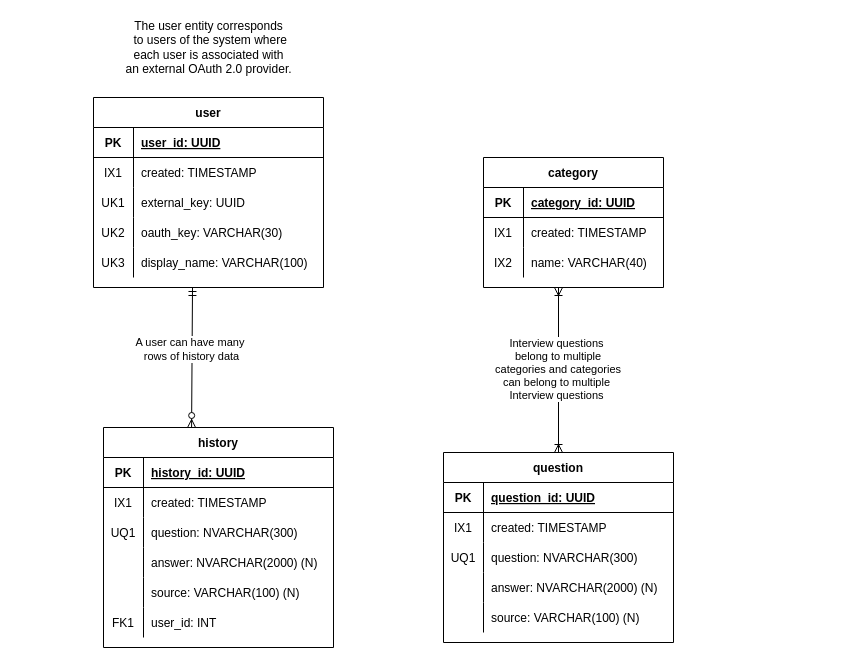
This is docs/work/erd-Interview-prep.drawio from interview-prep-platform/interview-prep-platform.github.io, a draw.io file, before an edit. Source tidied: cells renumbered, new cells numbered last; positions are measured from the earlier drawing's top-left corner, leaving out a move shared by most shapes. Both pictures are drawn from the tidied source at 100%, with x=0, y=0 at pixel (93, 17).
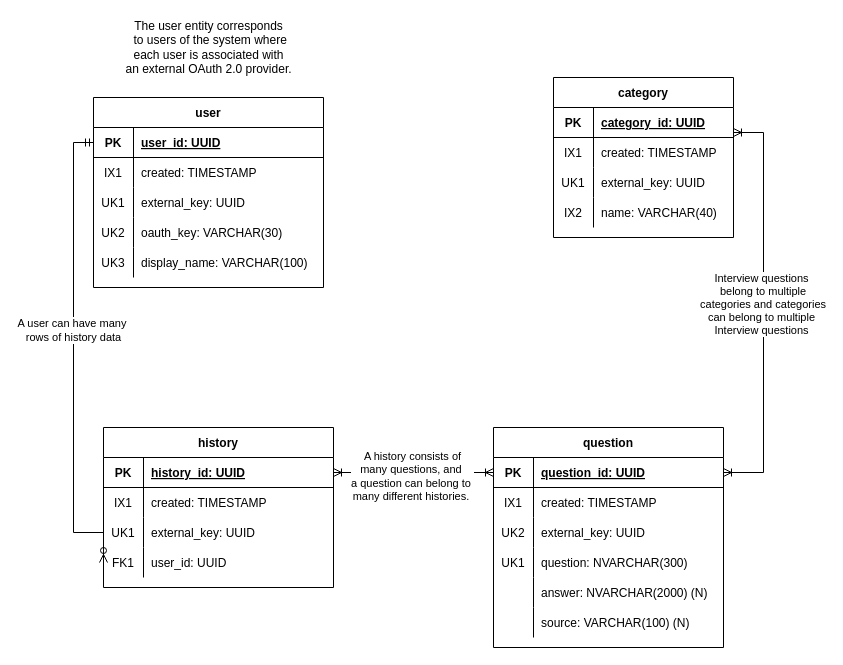
The same diagram, later.

Unchanged cells that the change refers to:
```xml
<mxCell id="3" style="shape=partialRectangle;fillColor=none;top=0;left=0;bottom=1;right=0;points=[[0,0.5],[1,0.5]];portConstraint=eastwest;" parent="2" vertex="1">
  <mxGeometry y="30" width="230" height="30" as="geometry" />
</mxCell>
<mxCell id="19" style="shape=partialRectangle;fillColor=none;top=0;left=0;bottom=1;right=0;points=[[0,0.5],[1,0.5]];portConstraint=eastwest;" parent="18" vertex="1">
  <mxGeometry y="30" width="230" height="30" as="geometry" />
</mxCell>
<mxCell id="49" style="shape=partialRectangle;fillColor=none;top=0;left=0;bottom=1;right=0;points=[[0,0.5],[1,0.5]];portConstraint=eastwest;" parent="48" vertex="1">
  <mxGeometry y="30" width="230" height="30" as="geometry" />
</mxCell>
```

Diff of the diagram source:
```diff
@@
     <mxCell id="18" value="question" style="shape=table;startSize=30;childLayout=tableLayout;rowLines=0;fontStyle=1;align=center;" parent="1" vertex="1">
-      <mxGeometry x="350" y="435" width="230" height="190" as="geometry" />
+      <mxGeometry x="400" y="410" width="230" height="220" as="geometry" />
     </mxCell>
@@
+    <mxCell id="68" style="shape=partialRectangle;fillColor=none;top=0;left=0;bottom=0;right=0;" parent="18" vertex="1">
+      <mxGeometry y="90" width="230" height="30" as="geometry" />
+    </mxCell>
+    <mxCell id="69" value="UK2" style="shape=partialRectangle;fillColor=none;top=0;left=0;bottom=0;right=0;overflow=hidden;" parent="68" vertex="1">
+      <mxGeometry width="40" height="30" as="geometry" />
+    </mxCell>
+    <mxCell id="70" value="external_key: UUID" style="shape=partialRectangle;fillColor=none;top=0;left=0;bottom=0;right=0;align=left;spacingLeft=6;overflow=hidden;" parent="68" vertex="1">
+      <mxGeometry x="40" width="190" height="30" as="geometry" />
+    </mxCell>
     <mxCell id="25" style="shape=partialRectangle;fillColor=none;top=0;left=0;bottom=0;right=0;" parent="18" vertex="1">
-      <mxGeometry y="90" width="230" height="30" as="geometry" />
+      <mxGeometry y="120" width="230" height="30" as="geometry" />
     </mxCell>
-    <mxCell id="26" value="UQ1" style="shape=partialRectangle;fillColor=none;top=0;left=0;bottom=0;right=0;overflow=hidden;" parent="25" vertex="1">
+    <mxCell id="26" value="UK1" style="shape=partialRectangle;fillColor=none;top=0;left=0;bottom=0;right=0;overflow=hidden;" parent="25" vertex="1">
       <mxGeometry width="40" height="30" as="geometry" />
     </mxCell>
@@
     <mxCell id="28" style="shape=partialRectangle;fillColor=none;top=0;left=0;bottom=0;right=0;" parent="18" vertex="1">
-      <mxGeometry y="120" width="230" height="30" as="geometry" />
+      <mxGeometry y="150" width="230" height="30" as="geometry" />
     </mxCell>
@@
     <mxCell id="31" style="shape=partialRectangle;fillColor=none;top=0;left=0;bottom=0;right=0;" parent="18" vertex="1">
-      <mxGeometry y="150" width="230" height="30" as="geometry" />
+      <mxGeometry y="180" width="230" height="30" as="geometry" />
     </mxCell>
@@
-    <mxCell id="34" style="fontSize=12;html=1;endArrow=ERmandOne;startArrow=ERzeroToMany;rounded=0;startFill=1;endFill=0;exitX=0.383;exitY=0;exitDx=0;exitDy=0;exitPerimeter=0;" parent="1" edge="1" source="48">
+    <mxCell id="34" style="fontSize=12;html=1;endArrow=ERmandOne;startArrow=ERzeroToMany;rounded=0;startFill=1;endFill=0;exitX=0;exitY=0.5;exitDx=0;exitDy=0;entryX=0;entryY=0.5;entryDx=0;entryDy=0;edgeStyle=orthogonalEdgeStyle;" parent="1" edge="1" source="64" target="3">
       <mxGeometry relative="1" as="geometry">
-        <mxPoint x="99" y="270" as="targetPoint" />
+        <Array as="points">
+          <mxPoint x="-20" y="515" />
+          <mxPoint x="-20" y="125" />
+        </Array>
       </mxGeometry>
     </mxCell>
@@
     <mxCell id="36" value="category" style="shape=table;startSize=30;childLayout=tableLayout;rowLines=0;fontStyle=1;align=center;" parent="1" vertex="1">
-      <mxGeometry x="390" y="140" width="180" height="130" as="geometry" />
+      <mxGeometry x="460" y="60" width="180" height="160" as="geometry" />
     </mxCell>
@@
+    <mxCell id="71" style="shape=partialRectangle;fillColor=none;top=0;left=0;bottom=0;right=0;" parent="36" vertex="1">
+      <mxGeometry y="90" width="180" height="30" as="geometry" />
+    </mxCell>
+    <mxCell id="72" value="UK1" style="shape=partialRectangle;fillColor=none;top=0;left=0;bottom=0;right=0;overflow=hidden;" parent="71" vertex="1">
+      <mxGeometry width="40" height="30" as="geometry" />
+    </mxCell>
+    <mxCell id="73" value="external_key: UUID" style="shape=partialRectangle;fillColor=none;top=0;left=0;bottom=0;right=0;align=left;spacingLeft=6;overflow=hidden;" parent="71" vertex="1">
+      <mxGeometry x="40" width="140" height="30" as="geometry" />
+    </mxCell>
     <mxCell id="43" style="shape=partialRectangle;fillColor=none;top=0;left=0;bottom=0;right=0;" parent="36" vertex="1">
-      <mxGeometry y="90" width="180" height="30" as="geometry" />
+      <mxGeometry y="120" width="180" height="30" as="geometry" />
     </mxCell>
@@
-    <mxCell id="46" style="fontSize=12;html=1;endArrow=ERoneToMany;startArrow=ERoneToMany;rounded=0;endFill=0;startFill=0;exitX=0.5;exitY=0;exitDx=0;exitDy=0;" parent="1" edge="1" source="18">
+    <mxCell id="46" style="fontSize=12;html=1;endArrow=ERoneToMany;startArrow=ERoneToMany;rounded=0;endFill=0;startFill=0;exitX=1;exitY=0.5;exitDx=0;exitDy=0;edgeStyle=orthogonalEdgeStyle;" parent="1" edge="1" source="19">
       <mxGeometry relative="1" as="geometry">
-        <mxPoint x="465" y="270" as="targetPoint" />
+        <mxPoint x="640" y="115" as="targetPoint" />
+        <Array as="points">
+          <mxPoint x="670" y="455" />
+          <mxPoint x="670" y="115" />
+        </Array>
       </mxGeometry>
     </mxCell>
@@
     <mxCell id="48" value="history" style="shape=table;startSize=30;childLayout=tableLayout;rowLines=0;fontStyle=1;align=center;" parent="1" vertex="1">
-      <mxGeometry x="10" y="410" width="230" height="220" as="geometry" />
+      <mxGeometry x="10" y="410" width="230" height="160" as="geometry" />
     </mxCell>
@@
-    <mxCell id="55" style="shape=partialRectangle;fillColor=none;top=0;left=0;bottom=0;right=0;" parent="48" vertex="1">
-      <mxGeometry y="90" width="230" height="30" as="geometry" />
-    </mxCell>
-    <mxCell id="56" value="UQ1" style="shape=partialRectangle;fillColor=none;top=0;left=0;bottom=0;right=0;overflow=hidden;" parent="55" vertex="1">
-      <mxGeometry width="40" height="30" as="geometry" />
-    </mxCell>
-    <mxCell id="57" value="question: NVARCHAR(300)" style="shape=partialRectangle;fillColor=none;top=0;left=0;bottom=0;right=0;align=left;spacingLeft=6;overflow=hidden;" parent="55" vertex="1">
-      <mxGeometry x="40" width="190" height="30" as="geometry" />
-    </mxCell>
-    <mxCell id="58" style="shape=partialRectangle;fillColor=none;top=0;left=0;bottom=0;right=0;" parent="48" vertex="1">
-      <mxGeometry y="120" width="230" height="30" as="geometry" />
-    </mxCell>
-    <mxCell id="59" style="shape=partialRectangle;fillColor=none;top=0;left=0;bottom=0;right=0;overflow=hidden;" parent="58" vertex="1">
-      <mxGeometry width="40" height="30" as="geometry" />
-    </mxCell>
-    <mxCell id="60" value="answer: NVARCHAR(2000) (N)" style="shape=partialRectangle;fillColor=none;top=0;left=0;bottom=0;right=0;align=left;spacingLeft=6;overflow=hidden;" parent="58" vertex="1">
-      <mxGeometry x="40" width="190" height="30" as="geometry" />
-    </mxCell>
-    <mxCell id="61" style="shape=partialRectangle;fillColor=none;top=0;left=0;bottom=0;right=0;" parent="48" vertex="1">
-      <mxGeometry y="150" width="230" height="30" as="geometry" />
-    </mxCell>
-    <mxCell id="62" style="shape=partialRectangle;fillColor=none;top=0;left=0;bottom=0;right=0;overflow=hidden;" parent="61" vertex="1">
-      <mxGeometry width="40" height="30" as="geometry" />
-    </mxCell>
-    <mxCell id="63" value="source: VARCHAR(100) (N)" style="shape=partialRectangle;fillColor=none;top=0;left=0;bottom=0;right=0;align=left;spacingLeft=6;overflow=hidden;" parent="61" vertex="1">
-      <mxGeometry x="40" width="190" height="30" as="geometry" />
-    </mxCell>
+    <mxCell id="74" style="shape=partialRectangle;fillColor=none;top=0;left=0;bottom=0;right=0;" parent="48" vertex="1">
+      <mxGeometry y="90" width="230" height="30" as="geometry" />
+    </mxCell>
+    <mxCell id="75" value="UK1" style="shape=partialRectangle;fillColor=none;top=0;left=0;bottom=0;right=0;overflow=hidden;" parent="74" vertex="1">
+      <mxGeometry width="40" height="30" as="geometry" />
+    </mxCell>
+    <mxCell id="76" value="external_key: UUID" style="shape=partialRectangle;fillColor=none;top=0;left=0;bottom=0;right=0;align=left;spacingLeft=6;overflow=hidden;" parent="74" vertex="1">
+      <mxGeometry x="40" width="190" height="30" as="geometry" />
+    </mxCell>
     <mxCell id="64" style="shape=partialRectangle;fillColor=none;top=0;left=0;bottom=0;right=0;points=[[0,0.5],[1,0.5]];portConstraint=eastwest;" parent="48" vertex="1">
-      <mxGeometry y="180" width="230" height="30" as="geometry" />
+      <mxGeometry y="120" width="230" height="30" as="geometry" />
     </mxCell>
@@
-    <mxCell id="66" value="user_id: INT" style="shape=partialRectangle;fillColor=none;top=0;left=0;bottom=0;right=0;align=left;spacingLeft=6;overflow=hidden;" parent="64" vertex="1">
+    <mxCell id="66" value="user_id: UUID" style="shape=partialRectangle;fillColor=none;top=0;left=0;bottom=0;right=0;align=left;spacingLeft=6;overflow=hidden;" parent="64" vertex="1">
       <mxGeometry x="40" width="190" height="30" as="geometry" />
     </mxCell>
@@
+    <mxCell id="77" style="fontSize=12;html=1;endArrow=ERoneToMany;startArrow=ERoneToMany;rounded=0;endFill=0;startFill=0;exitX=0;exitY=0.5;exitDx=0;exitDy=0;entryX=1;entryY=0.5;entryDx=0;entryDy=0;" parent="1" edge="1" source="19" target="49">
+      <mxGeometry relative="1" as="geometry" />
+    </mxCell>
+    <mxCell id="78" value="A history consists of&lt;br&gt;many questions, and&amp;nbsp;&lt;br&gt;a question can belong to&amp;nbsp;&lt;br&gt;many different histories.&amp;nbsp;" style="edgeLabel;html=1;align=center;verticalAlign=middle;" parent="77" vertex="1">
+      <mxGeometry x="0.02" y="3" relative="1" as="geometry" />
+    </mxCell>
```
